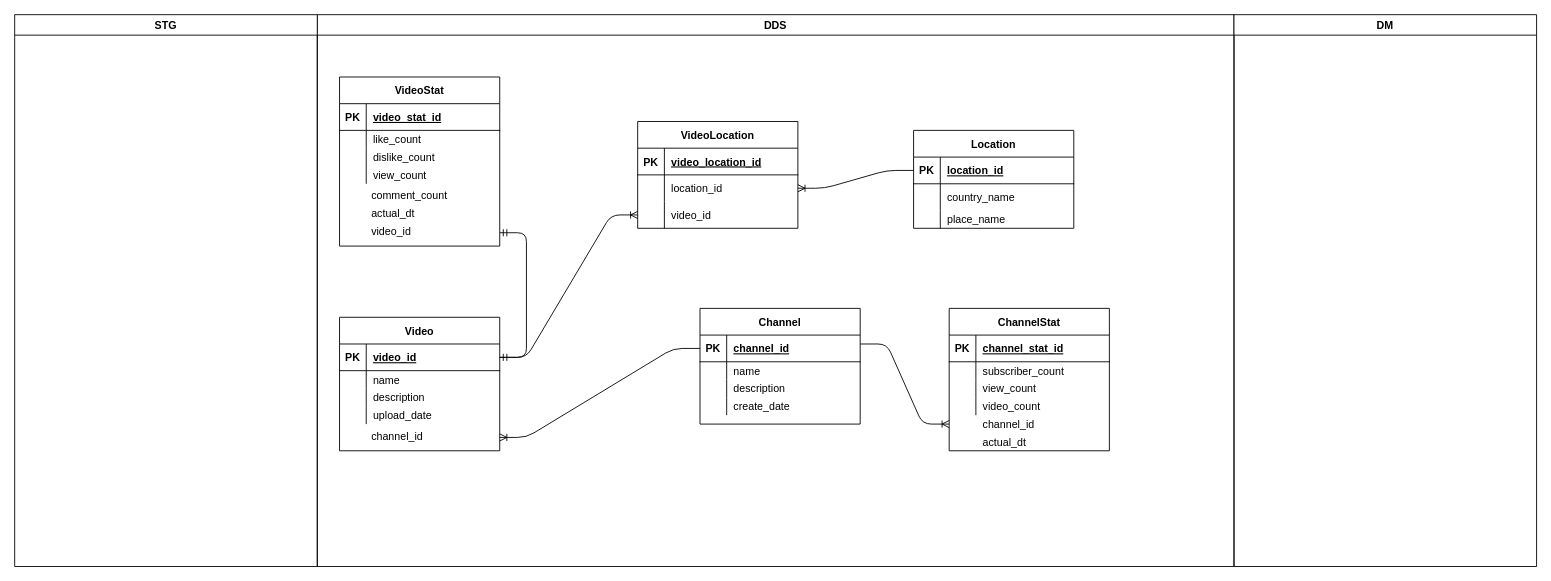
imabu/data_engineer_final_project keeps this draw.io diagram as db diagram.drawio. Above is the earlier version. Source tidied: cells renumbered, new cells numbered last; positions are measured from the earlier drawing's top-left corner, leaving out a move shared by most shapes. Both pictures are drawn from the tidied source at 89%, with x=0, y=0 at pixel (14, 14).
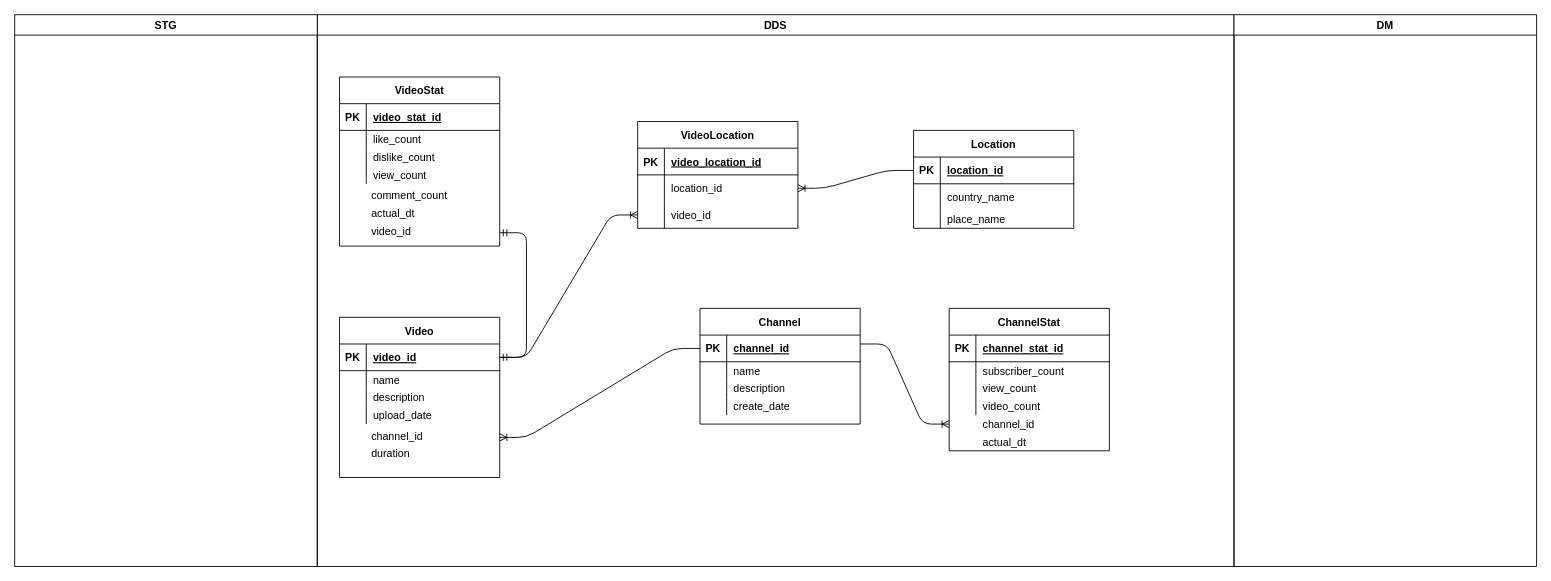
After the change.

Unchanged cells that the change refers to:
```xml
<mxCell id="53" value="DDS" style="swimlane;" parent="1" vertex="1">
  <mxGeometry x="340" width="1030" height="620" as="geometry" />
</mxCell>
```

The edit, as a diff of the source:
```diff
@@
     <mxCell id="70" value="Video" style="shape=table;startSize=30;childLayout=tableLayout;rowLines=0;fontStyle=1;align=center;" parent="53" vertex="1">
-      <mxGeometry x="25" y="340" width="180" height="150" as="geometry" />
+      <mxGeometry x="25" y="340" width="180" height="180" as="geometry" />
     </mxCell>
@@
+    <mxCell id="89" value="duration" style="text;strokeColor=none;fillColor=none;spacingLeft=4;spacingRight=4;overflow=hidden;fontSize=12;" parent="53" vertex="1">
+      <mxGeometry x="55" y="480" width="145" height="30" as="geometry" />
+    </mxCell>
```
